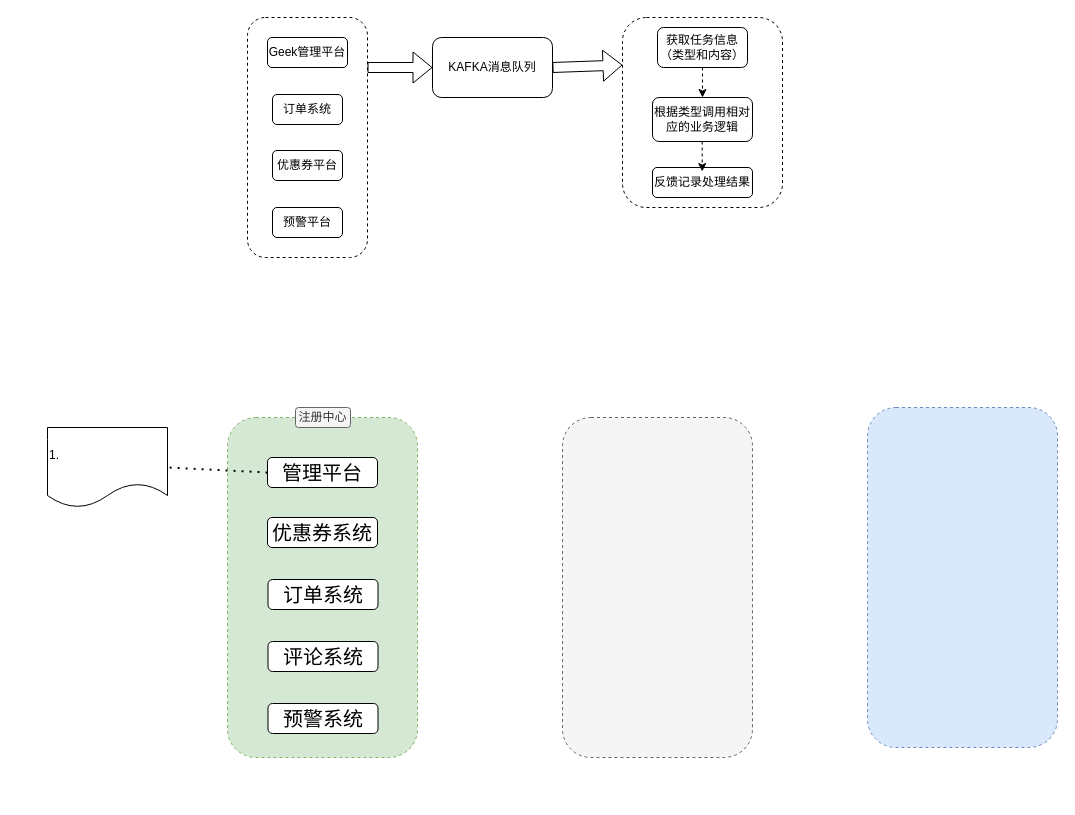
This is message.drawio from yoooknight/Git, a draw.io file, before an edit. Source tidied: cells renumbered, new cells numbered last; positions are measured from the earlier drawing's top-left corner, leaving out a move shared by most shapes. Both pictures are drawn from the tidied source at 100%, with x=0, y=0 at pixel (47, 17).
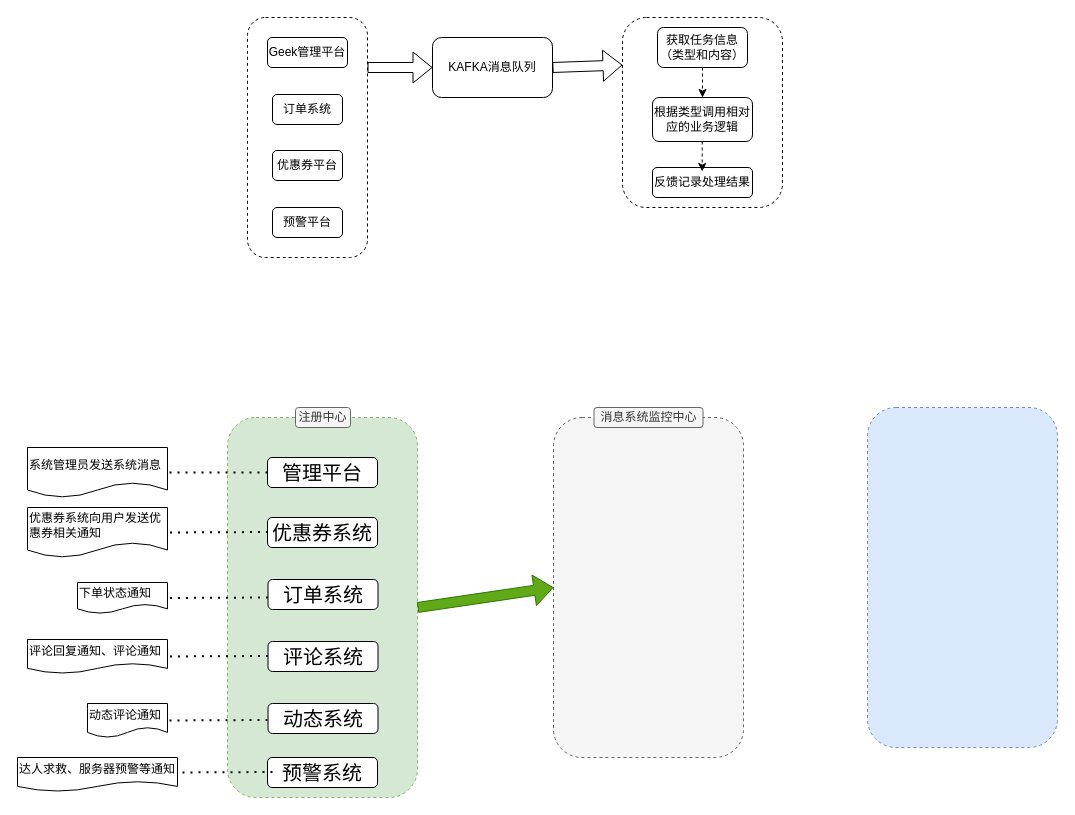
After the change.

The edit, as a diff of the source:
```diff
@@
     <mxCell id="16" style="rounded=1;whiteSpace=wrap;html=1;dashed=1;fillColor=#d5e8d4;strokeColor=#82b366;" parent="1" vertex="1">
-      <mxGeometry x="180" y="400" width="190" height="340" as="geometry" />
+      <mxGeometry x="180" y="400" width="190" height="380" as="geometry" />
     </mxCell>
@@
-    <mxCell id="20" value="&lt;font style=&quot;font-size: 20px;&quot;&gt;预警系统&lt;/font&gt;" style="rounded=1;whiteSpace=wrap;html=1;" parent="1" vertex="1">
+    <mxCell id="20" value="&lt;font style=&quot;font-size: 20px;&quot;&gt;动态系统&lt;/font&gt;" style="rounded=1;whiteSpace=wrap;html=1;" parent="1" vertex="1">
       <mxGeometry x="220.5" y="686" width="110" height="30" as="geometry" />
     </mxCell>
@@
-    <mxCell id="24" value="1.&amp;nbsp;" style="shape=document;whiteSpace=wrap;html=1;boundedLbl=1;align=left;" parent="1" vertex="1">
-      <mxGeometry y="410" width="120" height="80" as="geometry" />
+    <mxCell id="24" value="系统管理员发送系统消息" style="shape=document;whiteSpace=wrap;html=1;boundedLbl=1;align=left;" parent="1" vertex="1">
+      <mxGeometry x="-20" y="430" width="140" height="50" as="geometry" />
     </mxCell>
@@
     <mxCell id="26" style="rounded=1;whiteSpace=wrap;html=1;dashed=1;fillColor=#f5f5f5;strokeColor=#666666;fontColor=#333333;" parent="1" vertex="1">
-      <mxGeometry x="515" y="400" width="190" height="340" as="geometry" />
+      <mxGeometry x="506" y="400" width="190" height="340" as="geometry" />
     </mxCell>
+    <mxCell id="27" style="endArrow=none;dashed=1;html=1;dashPattern=1 3;strokeWidth=2;rounded=0;exitX=0;exitY=0.5;exitDx=0;exitDy=0;" parent="1" edge="1">
+      <mxGeometry relative="1" as="geometry">
+        <mxPoint x="220.5" y="514.5" as="sourcePoint" />
+        <mxPoint x="121" y="515" as="targetPoint" />
+      </mxGeometry>
+    </mxCell>
+    <mxCell id="28" value="优惠券系统向用户发送优惠券相关通知" style="shape=document;whiteSpace=wrap;html=1;boundedLbl=1;align=left;" parent="1" vertex="1">
+      <mxGeometry x="-20" y="490" width="140" height="50" as="geometry" />
+    </mxCell>
+    <mxCell id="29" value="下单状态通知" style="shape=document;whiteSpace=wrap;html=1;boundedLbl=1;align=left;" parent="1" vertex="1">
+      <mxGeometry x="30" y="565" width="90" height="31" as="geometry" />
+    </mxCell>
+    <mxCell id="30" style="endArrow=none;dashed=1;html=1;dashPattern=1 3;strokeWidth=2;rounded=0;exitX=0;exitY=0.5;exitDx=0;exitDy=0;entryX=1;entryY=0.5;entryDx=0;entryDy=0;" parent="1" edge="1" target="29">
+      <mxGeometry relative="1" as="geometry">
+        <mxPoint x="220.5" y="580" as="sourcePoint" />
+      </mxGeometry>
+    </mxCell>
+    <mxCell id="31" value="评论回复通知、评论通知" style="shape=document;whiteSpace=wrap;html=1;boundedLbl=1;align=left;" parent="1" vertex="1">
+      <mxGeometry x="-20" y="622" width="140" height="34" as="geometry" />
+    </mxCell>
+    <mxCell id="32" style="endArrow=none;dashed=1;html=1;dashPattern=1 3;strokeWidth=2;rounded=0;exitX=0;exitY=0.5;exitDx=0;exitDy=0;entryX=1;entryY=0.5;entryDx=0;entryDy=0;" parent="1" edge="1" target="31">
+      <mxGeometry relative="1" as="geometry">
+        <mxPoint x="220.5" y="638.5" as="sourcePoint" />
+      </mxGeometry>
+    </mxCell>
+    <mxCell id="33" value="&lt;font style=&quot;font-size: 20px;&quot;&gt;预警系统&lt;/font&gt;" style="rounded=1;whiteSpace=wrap;html=1;" parent="1" vertex="1">
+      <mxGeometry x="220" y="740" width="110" height="30" as="geometry" />
+    </mxCell>
+    <mxCell id="34" value="动态评论通知" style="shape=document;whiteSpace=wrap;html=1;boundedLbl=1;align=left;" parent="1" vertex="1">
+      <mxGeometry x="40" y="686" width="80" height="34" as="geometry" />
+    </mxCell>
+    <mxCell id="35" style="endArrow=none;dashed=1;html=1;dashPattern=1 3;strokeWidth=2;rounded=0;exitX=0;exitY=0.5;exitDx=0;exitDy=0;entryX=1;entryY=0.5;entryDx=0;entryDy=0;" parent="1" edge="1">
+      <mxGeometry relative="1" as="geometry">
+        <mxPoint x="220" y="702.5" as="sourcePoint" />
+        <mxPoint x="119.5" y="703" as="targetPoint" />
+      </mxGeometry>
+    </mxCell>
+    <mxCell id="36" style="endArrow=none;dashed=1;html=1;dashPattern=1 3;strokeWidth=2;rounded=0;exitX=0;exitY=0.5;exitDx=0;exitDy=0;entryX=1;entryY=0.5;entryDx=0;entryDy=0;" parent="1" edge="1">
+      <mxGeometry relative="1" as="geometry">
+        <mxPoint x="225" y="754.5" as="sourcePoint" />
+        <mxPoint x="124.5" y="755" as="targetPoint" />
+      </mxGeometry>
+    </mxCell>
+    <mxCell id="37" value="达人求救、服务器预警等通知" style="shape=document;whiteSpace=wrap;html=1;boundedLbl=1;align=left;" parent="1" vertex="1">
+      <mxGeometry x="-30" y="740" width="160" height="34" as="geometry" />
+    </mxCell>
+    <mxCell id="38" value="消息系统监控中心" style="rounded=1;whiteSpace=wrap;html=1;fillColor=#f5f5f5;strokeColor=#666666;fontColor=#333333;" parent="1" vertex="1">
+      <mxGeometry x="546.5" y="390" width="109" height="20" as="geometry" />
+    </mxCell>
+    <mxCell id="39" style="shape=flexArrow;endArrow=classic;html=1;rounded=0;entryX=0;entryY=0.5;entryDx=0;entryDy=0;exitX=1;exitY=0.5;exitDx=0;exitDy=0;fillColor=#60a917;strokeColor=#2D7600;" parent="1" edge="1" source="16" target="26">
+      <mxGeometry relative="1" as="geometry" />
+    </mxCell>
```
